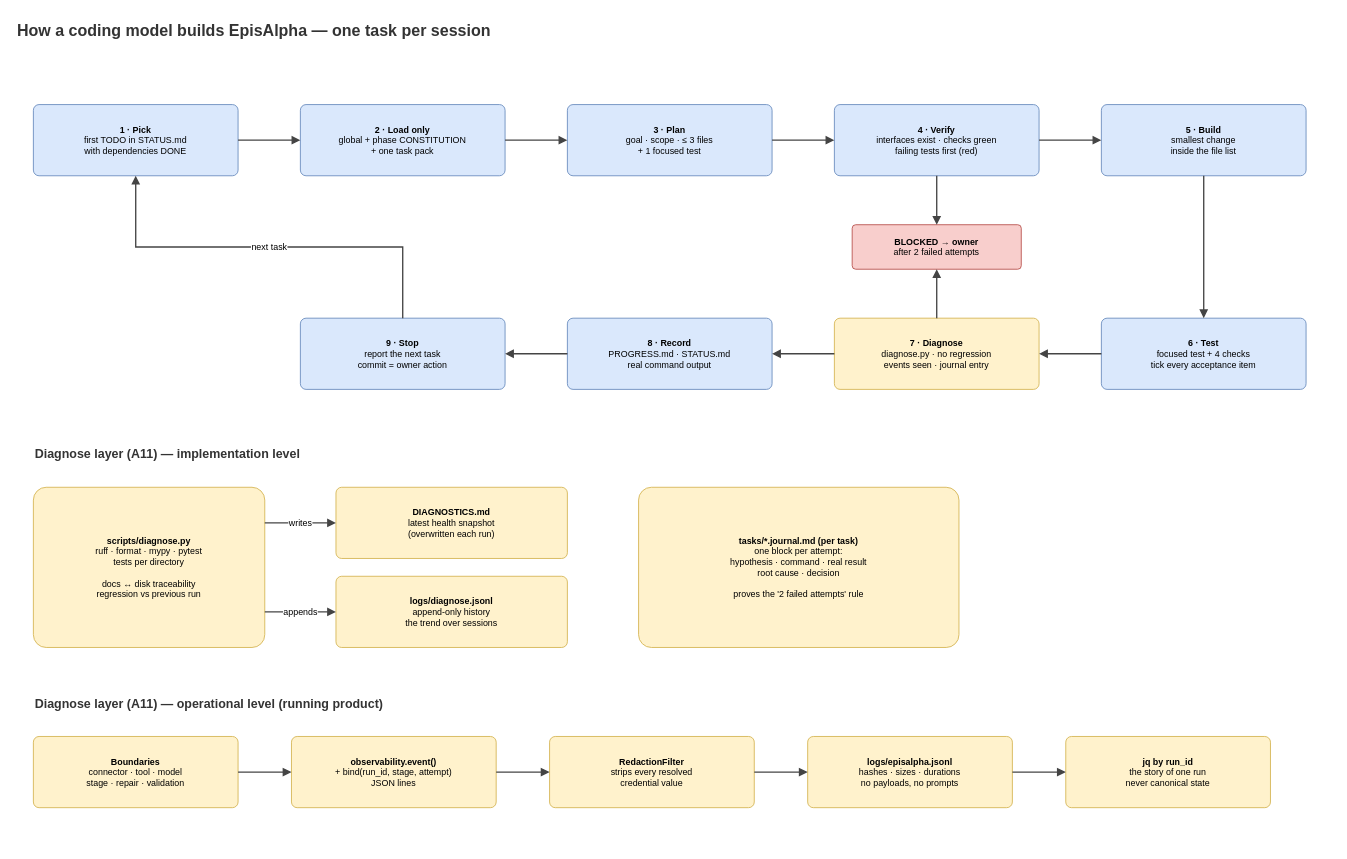
Above: page "3 Implementation workflow" (3 of 6) of architecture/EpisAlpha_architecture.drawio in edwinidrus/EpisAlpha (draw.io), before the change. Source tidied: cells renumbered, new cells numbered last; positions are measured from the earlier drawing's top-left corner, leaving out a move shared by most shapes. Both pictures are drawn from the tidied source at 89%, with x=0, y=0 at pixel (15, 15).
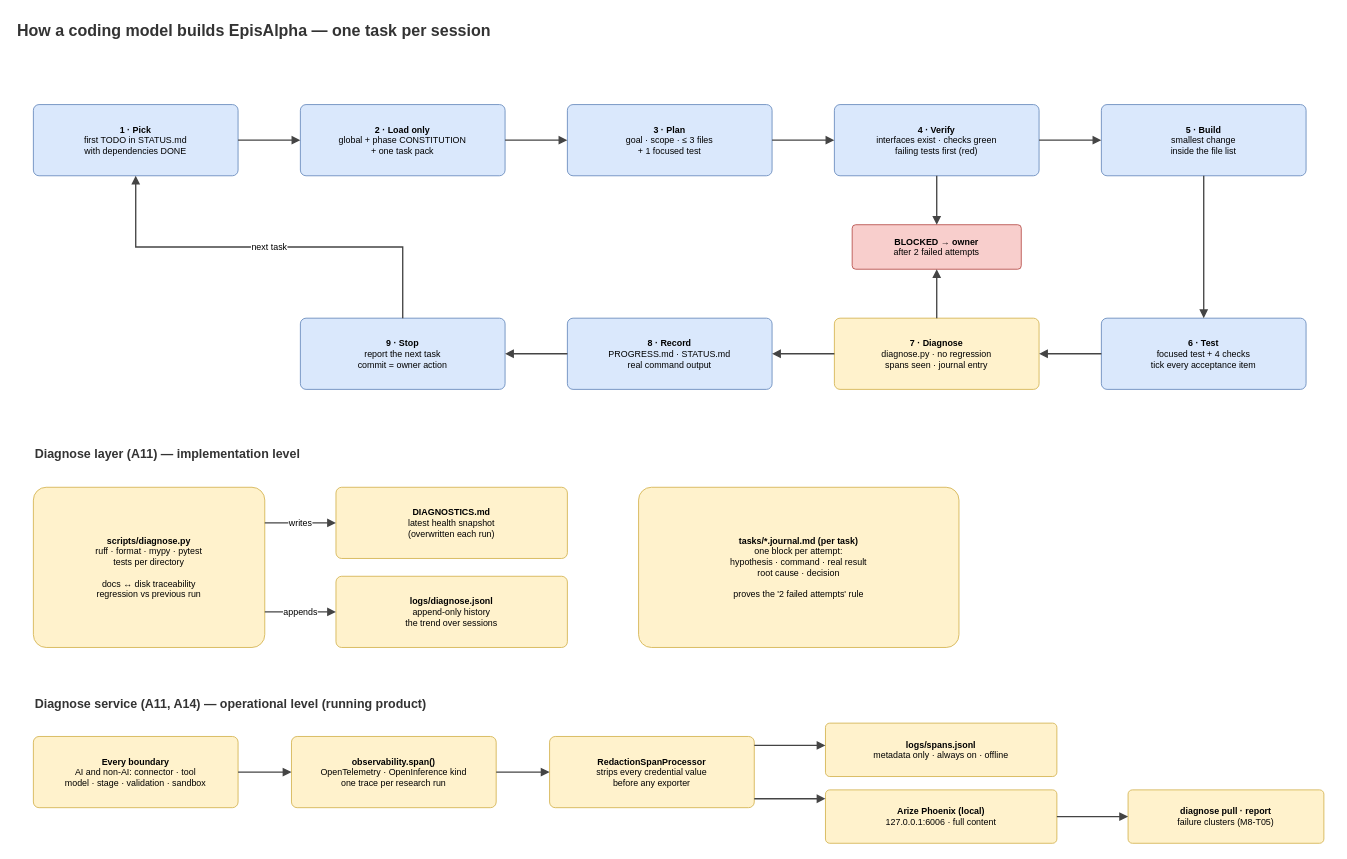
Above is the later version.

What changed in the source:
```diff
@@
-    <mxCell id="13" value="&lt;b&gt;7 · Diagnose&lt;/b&gt;&lt;br&gt;diagnose.py · no regression&lt;br&gt;events seen · journal entry" style="rounded=1;arcSize=8;whiteSpace=wrap;html=1;fillColor=#fff2cc;strokeColor=#d6b656;fontSize=10;verticalAlign=middle;align=center;spacing=6;" parent="1" vertex="1">
+    <mxCell id="13" value="&lt;b&gt;7 · Diagnose&lt;/b&gt;&lt;br&gt;diagnose.py · no regression&lt;br&gt;spans seen · journal entry" style="rounded=1;arcSize=8;whiteSpace=wrap;html=1;fillColor=#fff2cc;strokeColor=#d6b656;fontSize=10;verticalAlign=middle;align=center;spacing=6;" parent="1" vertex="1">
       <mxGeometry x="920" y="340" width="230" height="80" as="geometry" />
     </mxCell>
@@
-    <mxCell id="31" value="Diagnose layer (A11) — operational level (running product)" style="text;html=1;whiteSpace=wrap;align=left;verticalAlign=middle;fontSize=14;fontStyle=1;fontColor=#333333;" parent="1" vertex="1">
+    <mxCell id="31" value="Diagnose service (A11, A14) — operational level (running product)" style="text;html=1;whiteSpace=wrap;align=left;verticalAlign=middle;fontSize=14;fontStyle=1;fontColor=#333333;" parent="1" vertex="1">
       <mxGeometry x="20" y="760" width="900" height="26" as="geometry" />
     </mxCell>
-    <mxCell id="32" value="&lt;b&gt;Boundaries&lt;/b&gt;&lt;br&gt;connector · tool · model&lt;br&gt;stage · repair · validation" style="rounded=1;arcSize=8;whiteSpace=wrap;html=1;fillColor=#fff2cc;strokeColor=#d6b656;fontSize=10;verticalAlign=middle;align=center;spacing=6;" parent="1" vertex="1">
+    <mxCell id="32" value="&lt;b&gt;Every boundary&lt;/b&gt;&lt;br&gt;AI and non-AI: connector · tool&lt;br&gt;model · stage · validation · sandbox" style="rounded=1;arcSize=8;whiteSpace=wrap;html=1;fillColor=#fff2cc;strokeColor=#d6b656;fontSize=10;verticalAlign=middle;align=center;spacing=6;" parent="1" vertex="1">
       <mxGeometry x="20" y="810" width="230" height="80" as="geometry" />
     </mxCell>
-    <mxCell id="33" value="&lt;b&gt;observability.event()&lt;/b&gt;&lt;br&gt;+ bind(run_id, stage, attempt)&lt;br&gt;JSON lines" style="rounded=1;arcSize=8;whiteSpace=wrap;html=1;fillColor=#fff2cc;strokeColor=#d6b656;fontSize=10;verticalAlign=middle;align=center;spacing=6;" parent="1" vertex="1">
+    <mxCell id="33" value="&lt;b&gt;observability.span()&lt;/b&gt;&lt;br&gt;OpenTelemetry · OpenInference kind&lt;br&gt;one trace per research run" style="rounded=1;arcSize=8;whiteSpace=wrap;html=1;fillColor=#fff2cc;strokeColor=#d6b656;fontSize=10;verticalAlign=middle;align=center;spacing=6;" parent="1" vertex="1">
       <mxGeometry x="310" y="810" width="230" height="80" as="geometry" />
     </mxCell>
-    <mxCell id="34" value="&lt;b&gt;RedactionFilter&lt;/b&gt;&lt;br&gt;strips every resolved&lt;br&gt;credential value" style="rounded=1;arcSize=8;whiteSpace=wrap;html=1;fillColor=#fff2cc;strokeColor=#d6b656;fontSize=10;verticalAlign=middle;align=center;spacing=6;" parent="1" vertex="1">
+    <mxCell id="34" value="&lt;b&gt;RedactionSpanProcessor&lt;/b&gt;&lt;br&gt;strips every credential value&lt;br&gt;before any exporter" style="rounded=1;arcSize=8;whiteSpace=wrap;html=1;fillColor=#fff2cc;strokeColor=#d6b656;fontSize=10;verticalAlign=middle;align=center;spacing=6;" parent="1" vertex="1">
       <mxGeometry x="600" y="810" width="230" height="80" as="geometry" />
     </mxCell>
-    <mxCell id="35" value="&lt;b&gt;logs/episalpha.jsonl&lt;/b&gt;&lt;br&gt;hashes · sizes · durations&lt;br&gt;no payloads, no prompts" style="rounded=1;arcSize=8;whiteSpace=wrap;html=1;fillColor=#fff2cc;strokeColor=#d6b656;fontSize=10;verticalAlign=middle;align=center;spacing=6;" parent="1" vertex="1">
-      <mxGeometry x="890" y="810" width="230" height="80" as="geometry" />
+    <mxCell id="35" value="&lt;b&gt;logs/spans.jsonl&lt;/b&gt;&lt;br&gt;metadata only · always on · offline" style="rounded=1;arcSize=8;whiteSpace=wrap;html=1;fillColor=#fff2cc;strokeColor=#d6b656;fontSize=10;verticalAlign=middle;align=center;spacing=6;" parent="1" vertex="1">
+      <mxGeometry x="910" y="795" width="260" height="60" as="geometry" />
     </mxCell>
-    <mxCell id="36" value="&lt;b&gt;jq by run_id&lt;/b&gt;&lt;br&gt;the story of one run&lt;br&gt;never canonical state" style="rounded=1;arcSize=8;whiteSpace=wrap;html=1;fillColor=#fff2cc;strokeColor=#d6b656;fontSize=10;verticalAlign=middle;align=center;spacing=6;" parent="1" vertex="1">
-      <mxGeometry x="1180" y="810" width="230" height="80" as="geometry" />
+    <mxCell id="36" value="&lt;b&gt;Arize Phoenix (local)&lt;/b&gt;&lt;br&gt;127.0.0.1:6006 · full content" style="rounded=1;arcSize=8;whiteSpace=wrap;html=1;fillColor=#fff2cc;strokeColor=#d6b656;fontSize=10;verticalAlign=middle;align=center;spacing=6;" parent="1" vertex="1">
+      <mxGeometry x="910" y="870" width="260" height="60" as="geometry" />
     </mxCell>
+    <mxCell id="41" value="&lt;b&gt;diagnose pull · report&lt;/b&gt;&lt;br&gt;failure clusters (M8-T05)" style="rounded=1;arcSize=8;whiteSpace=wrap;html=1;fillColor=#fff2cc;strokeColor=#d6b656;fontSize=10;verticalAlign=middle;align=center;spacing=6;" parent="1" vertex="1">
+      <mxGeometry x="1250" y="870" width="220" height="60" as="geometry" />
+    </mxCell>
@@
-    <mxCell id="39" style="edgeStyle=none;rounded=0;html=1;endArrow=block;endFill=1;strokeWidth=1.5;strokeColor=#444444;fontSize=10;labelBackgroundColor=#ffffff;exitX=1.0000;exitY=0.5000;exitDx=0;exitDy=0;exitPerimeter=0;entryX=0.0000;entryY=0.5000;entryDx=0;entryDy=0;entryPerimeter=0;" parent="1" edge="1" source="34" target="35">
+    <mxCell id="39" style="edgeStyle=none;rounded=0;html=1;endArrow=block;endFill=1;strokeWidth=1.5;strokeColor=#444444;fontSize=10;labelBackgroundColor=#ffffff;exitX=1.0000;exitY=0.1250;exitDx=0;exitDy=0;exitPerimeter=0;entryX=0.0000;entryY=0.4167;entryDx=0;entryDy=0;entryPerimeter=0;" parent="1" edge="1" source="34" target="35">
       <mxGeometry relative="1" as="geometry" />
     </mxCell>
-    <mxCell id="40" style="edgeStyle=none;rounded=0;html=1;endArrow=block;endFill=1;strokeWidth=1.5;strokeColor=#444444;fontSize=10;labelBackgroundColor=#ffffff;exitX=1.0000;exitY=0.5000;exitDx=0;exitDy=0;exitPerimeter=0;entryX=0.0000;entryY=0.5000;entryDx=0;entryDy=0;entryPerimeter=0;" parent="1" edge="1" source="35" target="36">
-      <mxGeometry relative="1" as="geometry" />
-    </mxCell>
+    <mxCell id="42" style="edgeStyle=none;rounded=0;html=1;endArrow=block;endFill=1;strokeWidth=1.5;strokeColor=#444444;fontSize=10;labelBackgroundColor=#ffffff;exitX=1.0000;exitY=0.8750;exitDx=0;exitDy=0;exitPerimeter=0;entryX=0.0000;entryY=0.1667;entryDx=0;entryDy=0;entryPerimeter=0;" parent="1" edge="1" source="34" target="36">
+      <mxGeometry relative="1" as="geometry" />
+    </mxCell>
+    <mxCell id="43" style="edgeStyle=none;rounded=0;html=1;endArrow=block;endFill=1;strokeWidth=1.5;strokeColor=#444444;fontSize=10;labelBackgroundColor=#ffffff;exitX=1.0000;exitY=0.5000;exitDx=0;exitDy=0;exitPerimeter=0;entryX=0.0000;entryY=0.5000;entryDx=0;entryDy=0;entryPerimeter=0;" parent="1" edge="1" source="36" target="41">
+      <mxGeometry relative="1" as="geometry" />
+    </mxCell>
```
